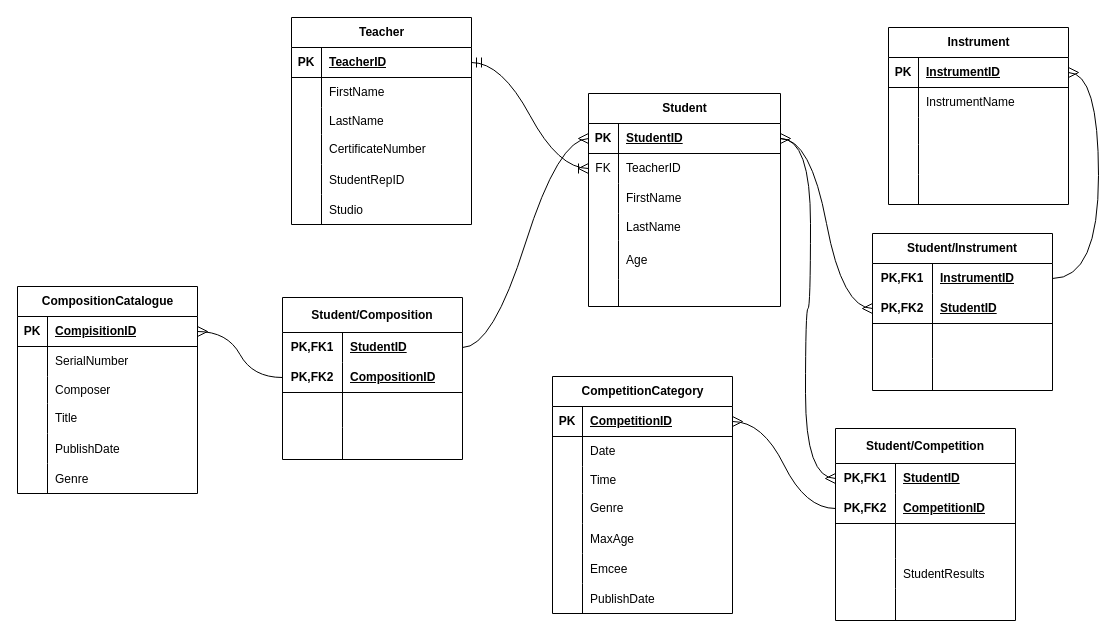
skyelynwaddell/sait keeps this draw.io diagram as databases/docs/ClassExerciseDay3.drawio. Above is the earlier version. Source tidied: cells renumbered, new cells numbered last; positions are measured from the earlier drawing's top-left corner, leaving out a move shared by most shapes. Both pictures are drawn from the tidied source at 100%, with x=0, y=0 at pixel (17, 17).
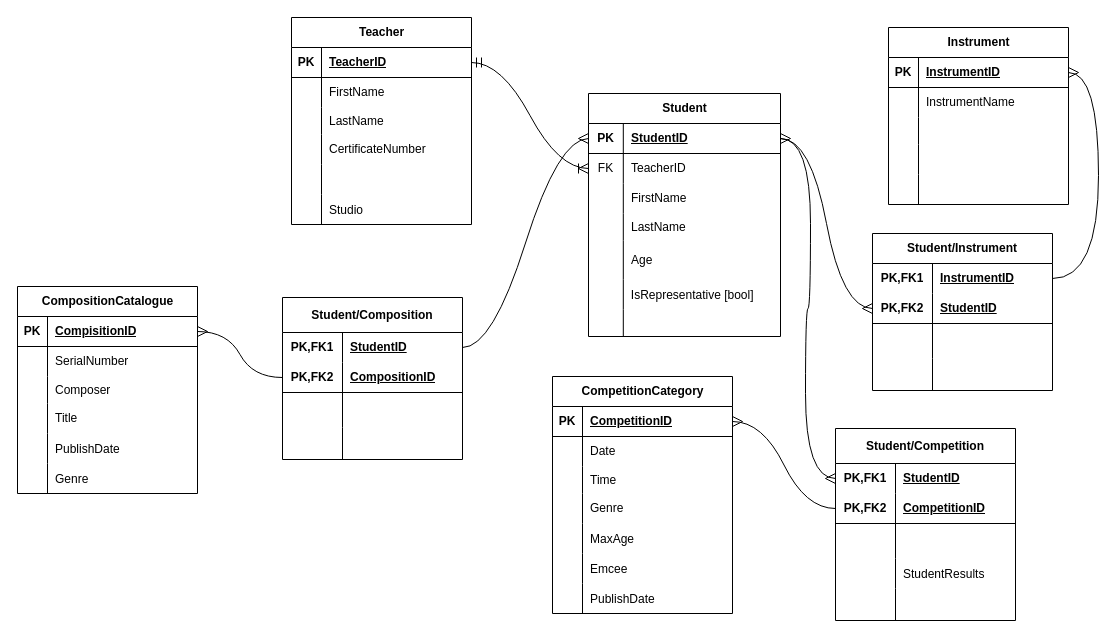
The same diagram, later.

The change refers to these unchanged cells:
```xml
<mxCell id="15" style="shape=tableRow;horizontal=0;startSize=0;swimlaneHead=0;swimlaneBody=0;fillColor=none;top=0;left=0;right=0;bottom=0;" parent="2" vertex="1">
  <mxGeometry y="147" width="180" height="30" as="geometry" />
</mxCell>
<mxCell id="22" style="shape=tableRow;horizontal=0;startSize=0;swimlaneHead=0;swimlaneBody=0;fillColor=none;points=[[0,0.5],[1,0.5]];portConstraint=eastwest;top=0;left=0;right=0;bottom=1;" parent="21" vertex="1">
  <mxGeometry y="30" width="192" height="30" as="geometry" />
</mxCell>
<mxCell id="25" style="shape=tableRow;horizontal=0;startSize=0;swimlaneHead=0;swimlaneBody=0;fillColor=none;points=[[0,0.5],[1,0.5]];portConstraint=eastwest;top=0;left=0;right=0;bottom=0;" parent="21" vertex="1">
  <mxGeometry y="60" width="192" height="30" as="geometry" />
</mxCell>
<mxCell id="28" style="shape=tableRow;horizontal=0;startSize=0;swimlaneHead=0;swimlaneBody=0;fillColor=none;top=0;left=0;right=0;bottom=0;" parent="21" vertex="1">
  <mxGeometry y="90" width="192" height="30" as="geometry" />
</mxCell>
<mxCell id="31" style="shape=tableRow;horizontal=0;startSize=0;swimlaneHead=0;swimlaneBody=0;fillColor=none;top=0;left=0;right=0;bottom=0;" parent="21" vertex="1">
  <mxGeometry y="120" width="192" height="27" as="geometry" />
</mxCell>
<mxCell id="34" style="shape=tableRow;horizontal=0;startSize=0;swimlaneHead=0;swimlaneBody=0;fillColor=none;top=0;left=0;right=0;bottom=0;" parent="21" vertex="1">
  <mxGeometry y="147" width="192" height="39" as="geometry" />
</mxCell>
```

Diff of the diagram source:
```diff
@@
-    <mxCell id="17" value="StudentRepID" style="shape=partialRectangle;fillColor=none;top=0;left=0;bottom=0;right=0;align=left;spacingLeft=6;overflow=hidden;" parent="15" vertex="1">
+    <mxCell id="17" style="shape=partialRectangle;fillColor=none;top=0;left=0;bottom=0;right=0;align=left;spacingLeft=6;overflow=hidden;" parent="15" vertex="1">
       <mxGeometry x="30" width="150" height="30" as="geometry" />
     </mxCell>
@@
     <mxCell id="21" value="Student" style="shape=table;startSize=30;childLayout=tableLayout;rowLines=0;fontStyle=1;align=center;html=1;" parent="1" vertex="1">
-      <mxGeometry x="571" y="76" width="192" height="213" as="geometry" />
+      <mxGeometry x="571" y="76" width="192" height="243" as="geometry" />
     </mxCell>
@@
     <mxCell id="23" value="PK" style="shape=partialRectangle;fillColor=none;top=0;left=0;bottom=0;right=0;fontStyle=1;overflow=hidden;whiteSpace=wrap;html=1;" parent="22" vertex="1">
-      <mxGeometry width="30" height="30" as="geometry" />
+      <mxGeometry width="34.8" height="30" as="geometry" />
     </mxCell>
     <mxCell id="24" value="StudentID" style="shape=partialRectangle;fillColor=none;top=0;left=0;bottom=0;right=0;align=left;spacingLeft=6;fontStyle=5;overflow=hidden;whiteSpace=wrap;html=1;" parent="22" vertex="1">
-      <mxGeometry x="30" width="162" height="30" as="geometry" />
+      <mxGeometry x="34.8" width="157.2" height="30" as="geometry" />
     </mxCell>
@@
     <mxCell id="26" value="FK" style="shape=partialRectangle;fillColor=none;top=0;left=0;bottom=0;right=0;fontStyle=0;overflow=hidden;whiteSpace=wrap;html=1;" parent="25" vertex="1">
-      <mxGeometry width="30" height="30" as="geometry" />
+      <mxGeometry width="34.8" height="30" as="geometry" />
     </mxCell>
     <mxCell id="27" value="TeacherID" style="shape=partialRectangle;fillColor=none;top=0;left=0;bottom=0;right=0;align=left;spacingLeft=6;fontStyle=0;overflow=hidden;whiteSpace=wrap;html=1;" parent="25" vertex="1">
-      <mxGeometry x="30" width="162" height="30" as="geometry" />
+      <mxGeometry x="34.8" width="157.2" height="30" as="geometry" />
     </mxCell>
@@
     <mxCell id="29" style="shape=partialRectangle;fillColor=none;top=0;left=0;bottom=0;right=0;overflow=hidden;whiteSpace=wrap;html=1;" parent="28" vertex="1">
-      <mxGeometry width="30" height="30" as="geometry" />
+      <mxGeometry width="34.8" height="30" as="geometry" />
     </mxCell>
     <mxCell id="30" value="FirstName" style="shape=partialRectangle;fillColor=none;top=0;left=0;bottom=0;right=0;align=left;spacingLeft=6;overflow=hidden;whiteSpace=wrap;html=1;" parent="28" vertex="1">
-      <mxGeometry x="30" width="162" height="30" as="geometry" />
+      <mxGeometry x="34.8" width="157.2" height="30" as="geometry" />
     </mxCell>
@@
     <mxCell id="32" style="shape=partialRectangle;fillColor=none;top=0;left=0;bottom=0;right=0;overflow=hidden;whiteSpace=wrap;html=1;" parent="31" vertex="1">
-      <mxGeometry width="30" height="27" as="geometry" />
+      <mxGeometry width="34.8" height="27" as="geometry" />
     </mxCell>
     <mxCell id="33" value="LastName" style="shape=partialRectangle;fillColor=none;top=0;left=0;bottom=0;right=0;align=left;spacingLeft=6;overflow=hidden;whiteSpace=wrap;html=1;" parent="31" vertex="1">
-      <mxGeometry x="30" width="162" height="27" as="geometry" />
+      <mxGeometry x="34.8" width="157.2" height="27" as="geometry" />
     </mxCell>
@@
     <mxCell id="35" style="shape=partialRectangle;fillColor=none;top=0;left=0;bottom=0;right=0;overflow=hidden;whiteSpace=wrap;html=1;" parent="34" vertex="1">
-      <mxGeometry width="30" height="39" as="geometry" />
+      <mxGeometry width="34.8" height="39" as="geometry" />
     </mxCell>
     <mxCell id="36" value="Age" style="shape=partialRectangle;fillColor=none;top=0;left=0;bottom=0;right=0;align=left;spacingLeft=6;overflow=hidden;whiteSpace=wrap;html=1;" parent="34" vertex="1">
-      <mxGeometry x="30" width="162" height="39" as="geometry" />
+      <mxGeometry x="34.8" width="157.2" height="39" as="geometry" />
     </mxCell>
+    <mxCell id="146" style="shape=tableRow;horizontal=0;startSize=0;swimlaneHead=0;swimlaneBody=0;fillColor=none;top=0;left=0;right=0;bottom=0;" parent="21" vertex="1">
+      <mxGeometry y="186" width="192" height="30" as="geometry" />
+    </mxCell>
+    <mxCell id="147" style="shape=partialRectangle;fillColor=none;top=0;left=0;bottom=0;right=0;overflow=hidden;" parent="146" vertex="1">
+      <mxGeometry width="34.8" height="30" as="geometry" />
+    </mxCell>
+    <mxCell id="148" value="IsRepresentative [bool]" style="shape=partialRectangle;fillColor=none;top=0;left=0;bottom=0;right=0;align=left;spacingLeft=6;overflow=hidden;" parent="146" vertex="1">
+      <mxGeometry x="34.8" width="157.2" height="30" as="geometry" />
+    </mxCell>
     <mxCell id="37" style="shape=tableRow;horizontal=0;startSize=0;swimlaneHead=0;swimlaneBody=0;fillColor=none;top=0;left=0;right=0;bottom=0;" parent="21" vertex="1">
-      <mxGeometry y="186" width="192" height="27" as="geometry" />
+      <mxGeometry y="216" width="192" height="27" as="geometry" />
     </mxCell>
     <mxCell id="38" style="shape=partialRectangle;fillColor=none;top=0;left=0;bottom=0;right=0;overflow=hidden;" parent="37" vertex="1">
-      <mxGeometry width="30" height="27" as="geometry" />
+      <mxGeometry width="34.8" height="27" as="geometry" />
     </mxCell>
     <mxCell id="39" style="shape=partialRectangle;fillColor=none;top=0;left=0;bottom=0;right=0;align=left;spacingLeft=6;overflow=hidden;" parent="37" vertex="1">
-      <mxGeometry x="30" width="162" height="27" as="geometry" />
+      <mxGeometry x="34.8" width="157.2" height="27" as="geometry" />
     </mxCell>
```
